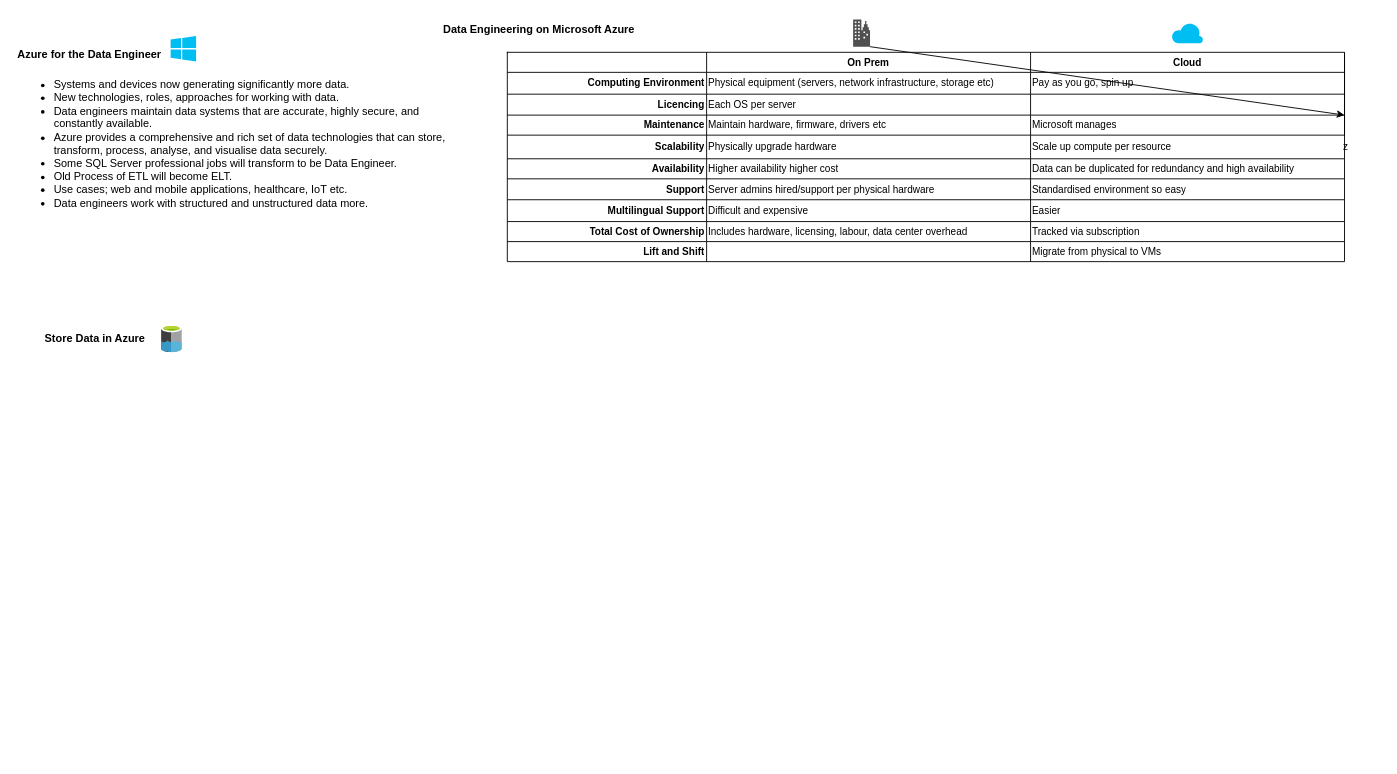
Above: DP-203.drawio in pburgoine/certs (draw.io), before the change. Source tidied: cells renumbered, new cells numbered last; positions are measured from the earlier drawing's top-left corner, leaving out a move shared by most shapes. Both pictures are drawn from the tidied source at 91%, with x=0, y=0 at pixel (15, 15).
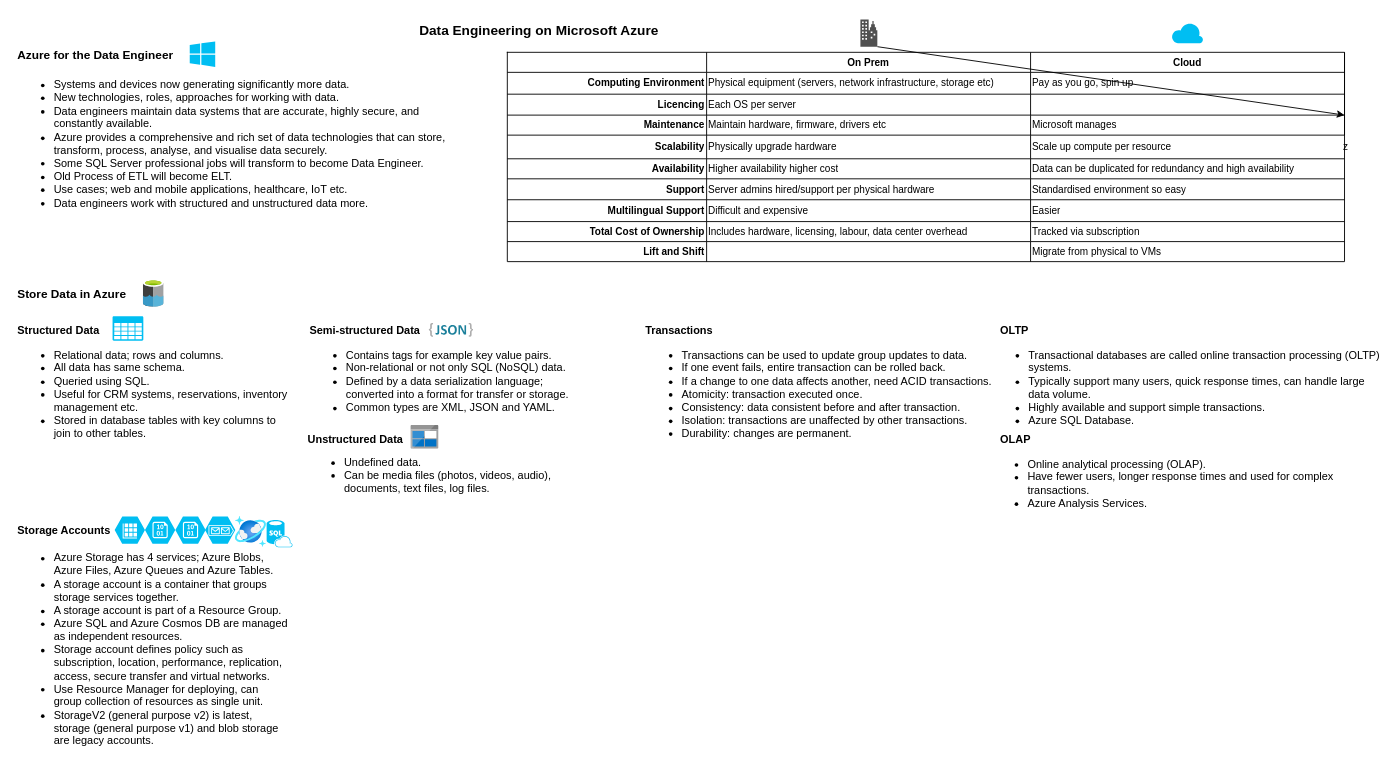
The same page after the edit.

Change to the diagram source:
```diff
@@
-    <mxCell id="2" value="&lt;b&gt;Data Engineering on Microsoft Azure&lt;/b&gt;" style="text;strokeColor=none;align=center;fillColor=none;html=1;verticalAlign=middle;whiteSpace=wrap;rounded=0;" parent="1" vertex="1">
+    <mxCell id="2" value="&lt;b style=&quot;font-size: 15px;&quot;&gt;Data Engineering on Microsoft Azure&lt;/b&gt;" style="text;strokeColor=none;align=center;fillColor=none;html=1;verticalAlign=middle;whiteSpace=wrap;rounded=0;fontSize=15;" parent="1" vertex="1">
       <mxGeometry x="370" width="410" height="30" as="geometry" />
     </mxCell>
-    <mxCell id="3" value="&lt;b&gt;Azure for the Data Engineer&lt;/b&gt;" style="text;strokeColor=none;align=left;fillColor=none;html=1;verticalAlign=middle;whiteSpace=wrap;rounded=0;" parent="1" vertex="1">
+    <mxCell id="3" value="&lt;b style=&quot;font-size: 13px;&quot;&gt;Azure for the Data Engineer&lt;/b&gt;" style="text;strokeColor=none;align=left;fillColor=none;html=1;verticalAlign=middle;whiteSpace=wrap;rounded=0;fontSize=13;" parent="1" vertex="1">
       <mxGeometry y="28" width="410" height="30" as="geometry" />
     </mxCell>
-    <mxCell id="4" value="&lt;ul&gt;&lt;li&gt;&lt;span style=&quot;background-color: initial;&quot;&gt;Systems and devices now generating significantly more data.&lt;/span&gt;&lt;/li&gt;&lt;li&gt;New technologies, roles, approaches for working with data.&lt;/li&gt;&lt;li&gt;Data engineers maintain data systems that are accurate, highly secure, and constantly available.&lt;br&gt;&lt;/li&gt;&lt;li&gt;Azure provides a comprehensive and rich set of data technologies that can store, transform, process, analyse, and visualise data securely.&lt;br&gt;&lt;/li&gt;&lt;li&gt;Some SQL Server professional jobs will transform to be Data Engineer.&lt;/li&gt;&lt;li&gt;Old Process of ETL will become ELT.&lt;/li&gt;&lt;li&gt;Use cases; web and mobile applications, healthcare, IoT etc.&lt;/li&gt;&lt;li&gt;Data engineers work with structured and unstructured data more.&lt;/li&gt;&lt;/ul&gt;" style="text;strokeColor=none;align=left;fillColor=none;html=1;verticalAlign=top;whiteSpace=wrap;rounded=0;" parent="1" vertex="1">
+    <mxCell id="4" value="&lt;ul&gt;&lt;li&gt;&lt;span style=&quot;background-color: initial;&quot;&gt;Systems and devices now generating significantly more data.&lt;/span&gt;&lt;/li&gt;&lt;li&gt;New technologies, roles, approaches for working with data.&lt;/li&gt;&lt;li&gt;Data engineers maintain data systems that are accurate, highly secure, and constantly available.&lt;br&gt;&lt;/li&gt;&lt;li&gt;Azure provides a comprehensive and rich set of data technologies that can store, transform, process, analyse, and visualise data securely.&lt;br&gt;&lt;/li&gt;&lt;li&gt;Some SQL Server professional jobs will transform to become Data Engineer.&lt;/li&gt;&lt;li&gt;Old Process of ETL will become ELT.&lt;/li&gt;&lt;li&gt;Use cases; web and mobile applications, healthcare, IoT etc.&lt;/li&gt;&lt;li&gt;Data engineers work with structured and unstructured data more.&lt;/li&gt;&lt;/ul&gt;" style="text;strokeColor=none;align=left;fillColor=none;html=1;verticalAlign=top;whiteSpace=wrap;rounded=0;" parent="1" vertex="1">
       <mxGeometry y="50" width="490" height="220" as="geometry" />
     </mxCell>
@@
-    <mxCell id="47" value="&lt;b&gt;Store Data in Azure&lt;/b&gt;" style="text;strokeColor=none;align=left;fillColor=none;html=1;verticalAlign=middle;whiteSpace=wrap;rounded=0;" parent="1" vertex="1">
-      <mxGeometry x="30" y="340" width="410" height="30" as="geometry" />
+    <mxCell id="47" value="&lt;b style=&quot;font-size: 13px;&quot;&gt;Store Data in Azure&lt;/b&gt;" style="text;strokeColor=none;align=left;fillColor=none;html=1;verticalAlign=middle;whiteSpace=wrap;rounded=0;fontSize=13;" parent="1" vertex="1">
+      <mxGeometry y="290" width="410" height="30" as="geometry" />
     </mxCell>
@@
     <mxCell id="50" style="sketch=0;shadow=0;dashed=0;html=1;strokeColor=none;fillColor=#505050;labelPosition=center;verticalLabelPosition=bottom;verticalAlign=top;outlineConnect=0;align=center;shape=mxgraph.office.concepts.on_premises;fontSize=11;" parent="1" vertex="1">
-      <mxGeometry x="920" y="3.8" width="18.6" height="30" as="geometry" />
+      <mxGeometry x="928" y="3.8" width="18.6" height="30" as="geometry" />
     </mxCell>
     <mxCell id="51" style="verticalLabelPosition=bottom;html=1;verticalAlign=top;align=center;strokeColor=none;fillColor=#00BEF2;shape=mxgraph.azure.azure_instance;fontSize=11;" parent="1" vertex="1">
-      <mxGeometry x="170" y="22" width="28" height="28" as="geometry" />
+      <mxGeometry x="191" y="28" width="28" height="28" as="geometry" />
     </mxCell>
     <mxCell id="52" style="sketch=0;html=1;align=center;image;fontSize=12;image=img/lib/mscae/Data_Lake.svg;" parent="1" vertex="1">
-      <mxGeometry x="160" y="340" width="22.8" height="30" as="geometry" />
+      <mxGeometry x="140" y="290" width="22.8" height="30" as="geometry" />
     </mxCell>
+    <mxCell id="53" value="&lt;b style=&quot;font-size: 12px;&quot;&gt;Structured Data&lt;/b&gt;" style="text;strokeColor=none;align=left;fillColor=none;html=1;verticalAlign=middle;whiteSpace=wrap;rounded=0;fontSize=13;" parent="1" vertex="1">
+      <mxGeometry y="330" width="410" height="30" as="geometry" />
+    </mxCell>
+    <mxCell id="54" value="&lt;ul&gt;&lt;li&gt;Relational data; rows and columns.&lt;/li&gt;&lt;li&gt;All data has same schema.&lt;/li&gt;&lt;li&gt;Queried using SQL.&lt;/li&gt;&lt;li&gt;Useful for CRM systems, reservations, inventory management etc.&lt;/li&gt;&lt;li&gt;Stored in database tables with key columns to join to other tables.&lt;/li&gt;&lt;/ul&gt;" style="text;strokeColor=none;align=left;fillColor=none;html=1;verticalAlign=top;whiteSpace=wrap;rounded=0;" parent="1" vertex="1">
+      <mxGeometry y="347" width="300" height="130" as="geometry" />
+    </mxCell>
+    <mxCell id="55" value="&lt;b style=&quot;font-size: 12px;&quot;&gt;Semi-structured Data&lt;/b&gt;" style="text;strokeColor=none;align=left;fillColor=none;html=1;verticalAlign=middle;whiteSpace=wrap;rounded=0;fontSize=13;" parent="1" vertex="1">
+      <mxGeometry x="321" y="330" width="410" height="30" as="geometry" />
+    </mxCell>
+    <mxCell id="56" value="&lt;ul&gt;&lt;li&gt;Contains tags for example key value pairs.&lt;/li&gt;&lt;li&gt;Non-relational or not only SQL (NoSQL) data.&lt;/li&gt;&lt;li&gt;Defined by a data serialization language; converted into a format for transfer or storage.&lt;/li&gt;&lt;li&gt;Common types are XML, JSON and YAML.&lt;/li&gt;&lt;/ul&gt;" style="text;strokeColor=none;align=left;fillColor=none;html=1;verticalAlign=top;whiteSpace=wrap;rounded=0;" parent="1" vertex="1">
+      <mxGeometry x="321" y="347" width="314" height="130" as="geometry" />
+    </mxCell>
+    <mxCell id="57" value="&lt;b style=&quot;font-size: 12px;&quot;&gt;Unstructured Data&lt;/b&gt;" style="text;strokeColor=none;align=left;fillColor=none;html=1;verticalAlign=middle;whiteSpace=wrap;rounded=0;fontSize=13;" parent="1" vertex="1">
+      <mxGeometry x="319" y="450" width="410" height="30" as="geometry" />
+    </mxCell>
+    <mxCell id="58" value="&lt;ul&gt;&lt;li&gt;Undefined data.&lt;/li&gt;&lt;li&gt;Can be media files (photos, videos, audio), documents, text files, log files.&lt;/li&gt;&lt;/ul&gt;" style="text;strokeColor=none;align=left;fillColor=none;html=1;verticalAlign=top;whiteSpace=wrap;rounded=0;" parent="1" vertex="1">
+      <mxGeometry x="319" y="465" width="310" height="130" as="geometry" />
+    </mxCell>
+    <mxCell id="59" value="&lt;b style=&quot;font-size: 12px;&quot;&gt;Transactions&lt;/b&gt;" style="text;strokeColor=none;align=left;fillColor=none;html=1;verticalAlign=middle;whiteSpace=wrap;rounded=0;fontSize=13;" parent="1" vertex="1">
+      <mxGeometry x="690" y="330" width="410" height="30" as="geometry" />
+    </mxCell>
+    <mxCell id="60" value="&lt;ul&gt;&lt;li&gt;Transactions can be used to update group updates to data.&lt;/li&gt;&lt;li&gt;If one event fails, entire transaction can be rolled back.&lt;/li&gt;&lt;li&gt;If a change to one data affects another, need ACID transactions.&lt;/li&gt;&lt;li&gt;Atomicity: transaction executed once.&lt;/li&gt;&lt;li&gt;Consistency: data consistent before and after transaction.&lt;/li&gt;&lt;li&gt;Isolation: transactions are unaffected by other transactions.&lt;/li&gt;&lt;li&gt;Durability: changes are permanent.&lt;/li&gt;&lt;/ul&gt;" style="text;strokeColor=none;align=left;fillColor=none;html=1;verticalAlign=top;whiteSpace=wrap;rounded=0;" parent="1" vertex="1">
+      <mxGeometry x="690" y="347" width="430" height="130" as="geometry" />
+    </mxCell>
+    <mxCell id="61" value="&lt;b style=&quot;font-size: 12px;&quot;&gt;OLTP&lt;/b&gt;" style="text;strokeColor=none;align=left;fillColor=none;html=1;verticalAlign=middle;whiteSpace=wrap;rounded=0;fontSize=13;" parent="1" vertex="1">
+      <mxGeometry x="1080" y="330" width="410" height="30" as="geometry" />
+    </mxCell>
+    <mxCell id="62" value="&lt;ul&gt;&lt;li&gt;Transactional databases are called online transaction processing (OLTP) systems.&lt;/li&gt;&lt;li&gt;Typically support many users, quick response times, can handle large data volume.&amp;nbsp;&lt;/li&gt;&lt;li&gt;Highly available and support simple transactions.&lt;/li&gt;&lt;li&gt;Azure SQL Database.&lt;/li&gt;&lt;/ul&gt;" style="text;strokeColor=none;align=left;fillColor=none;html=1;verticalAlign=top;whiteSpace=wrap;rounded=0;" parent="1" vertex="1">
+      <mxGeometry x="1071" y="347" width="430" height="130" as="geometry" />
+    </mxCell>
+    <mxCell id="63" value="&lt;b style=&quot;font-size: 12px;&quot;&gt;OLAP&lt;/b&gt;" style="text;strokeColor=none;align=left;fillColor=none;html=1;verticalAlign=middle;whiteSpace=wrap;rounded=0;fontSize=13;" parent="1" vertex="1">
+      <mxGeometry x="1080" y="450" width="410" height="30" as="geometry" />
+    </mxCell>
+    <mxCell id="64" value="&lt;ul&gt;&lt;li&gt;Online analytical processing (OLAP).&lt;/li&gt;&lt;li&gt;Have fewer users, longer response times and used for complex transactions.&lt;/li&gt;&lt;li&gt;Azure Analysis Services.&lt;/li&gt;&lt;/ul&gt;" style="text;strokeColor=none;align=left;fillColor=none;html=1;verticalAlign=top;whiteSpace=wrap;rounded=0;" parent="1" vertex="1">
+      <mxGeometry x="1070" y="467" width="430" height="133" as="geometry" />
+    </mxCell>
+    <mxCell id="65" style="dashed=0;html=1;align=center;labelPosition=center;verticalLabelPosition=bottom;verticalAlign=top;shape=mxgraph.weblogos.json_2;fontSize=12;" parent="1" vertex="1">
+      <mxGeometry x="453.8" y="337.4" width="48.5" height="15.2" as="geometry" />
+    </mxCell>
+    <mxCell id="66" value="&lt;b style=&quot;font-size: 12px;&quot;&gt;Storage Accounts&lt;/b&gt;" style="text;strokeColor=none;align=left;fillColor=none;html=1;verticalAlign=middle;whiteSpace=wrap;rounded=0;fontSize=13;" parent="1" vertex="1">
+      <mxGeometry y="550" width="410" height="30" as="geometry" />
+    </mxCell>
+    <mxCell id="67" value="&lt;ul&gt;&lt;li&gt;Azure Storage has 4 services; Azure Blobs, Azure Files, Azure Queues and Azure Tables.&lt;/li&gt;&lt;li&gt;A storage account is a container that groups storage services together.&lt;/li&gt;&lt;li&gt;A storage account is part of a Resource Group.&lt;/li&gt;&lt;li&gt;Azure SQL and Azure Cosmos DB are managed as independent resources.&lt;/li&gt;&lt;li&gt;Storage account defines policy such as subscription, location, performance, replication, access, secure transfer and virtual networks.&lt;/li&gt;&lt;li&gt;Use Resource Manager for deploying, can group collection of resources as single unit.&lt;/li&gt;&lt;li&gt;StorageV2 (general purpose v2) is latest, storage (general purpose v1) and blob storage are legacy accounts.&lt;/li&gt;&lt;/ul&gt;" style="text;strokeColor=none;align=left;fillColor=none;html=1;verticalAlign=top;whiteSpace=wrap;rounded=0;" parent="1" vertex="1">
+      <mxGeometry y="570" width="300" height="190" as="geometry" />
+    </mxCell>
+    <mxCell id="68" style="verticalLabelPosition=bottom;html=1;verticalAlign=top;align=center;strokeColor=none;fillColor=#00BEF2;shape=mxgraph.azure.storage_blob;fontSize=12;" parent="1" vertex="1">
+      <mxGeometry x="175.2" y="550" width="33.3" height="30" as="geometry" />
+    </mxCell>
+    <mxCell id="69" style="verticalLabelPosition=bottom;html=1;verticalAlign=top;align=center;strokeColor=none;fillColor=#00BEF2;shape=mxgraph.azure.storage_queue;fontSize=12;" parent="1" vertex="1">
+      <mxGeometry x="207.8" y="550" width="33.3" height="30" as="geometry" />
+    </mxCell>
+    <mxCell id="70" style="verticalLabelPosition=bottom;html=1;verticalAlign=top;align=center;strokeColor=none;fillColor=#00BEF2;shape=mxgraph.azure.storage_table;fontSize=12;" parent="1" vertex="1">
+      <mxGeometry x="108.5" y="550" width="33.3" height="30" as="geometry" />
+    </mxCell>
+    <mxCell id="71" style="verticalLabelPosition=bottom;html=1;verticalAlign=top;align=center;strokeColor=none;fillColor=#00BEF2;shape=mxgraph.azure.storage_blob;fontSize=12;" parent="1" vertex="1">
+      <mxGeometry x="141.8" y="550" width="33.3" height="30" as="geometry" />
+    </mxCell>
+    <mxCell id="72" style="sketch=0;html=1;align=center;image;fontSize=12;image=img/lib/mscae/BlobBlock.svg;" parent="1" vertex="1">
+      <mxGeometry x="434" y="450" width="30.9" height="26" as="geometry" />
+    </mxCell>
+    <mxCell id="73" style="verticalLabelPosition=bottom;html=1;verticalAlign=top;align=center;strokeColor=none;fillColor=#00BEF2;shape=mxgraph.azure.storage;fontSize=12;" parent="1" vertex="1">
+      <mxGeometry x="106.2" y="330" width="33.8" height="27" as="geometry" />
+    </mxCell>
+    <mxCell id="74" style="verticalLabelPosition=bottom;html=1;verticalAlign=top;align=center;strokeColor=none;fillColor=#00BEF2;shape=mxgraph.azure.sql_database_sql_azure;fontSize=12;" parent="1" vertex="1">
+      <mxGeometry x="275.5" y="554" width="28.5" height="30" as="geometry" />
+    </mxCell>
+    <mxCell id="75" style="html=1;align=center;image;fontSize=12;image=img/lib/azure2/databases/Azure_Cosmos_DB.svg;" parent="1" vertex="1">
+      <mxGeometry x="241.2" y="550" width="34" height="34" as="geometry" />
+    </mxCell>
```
